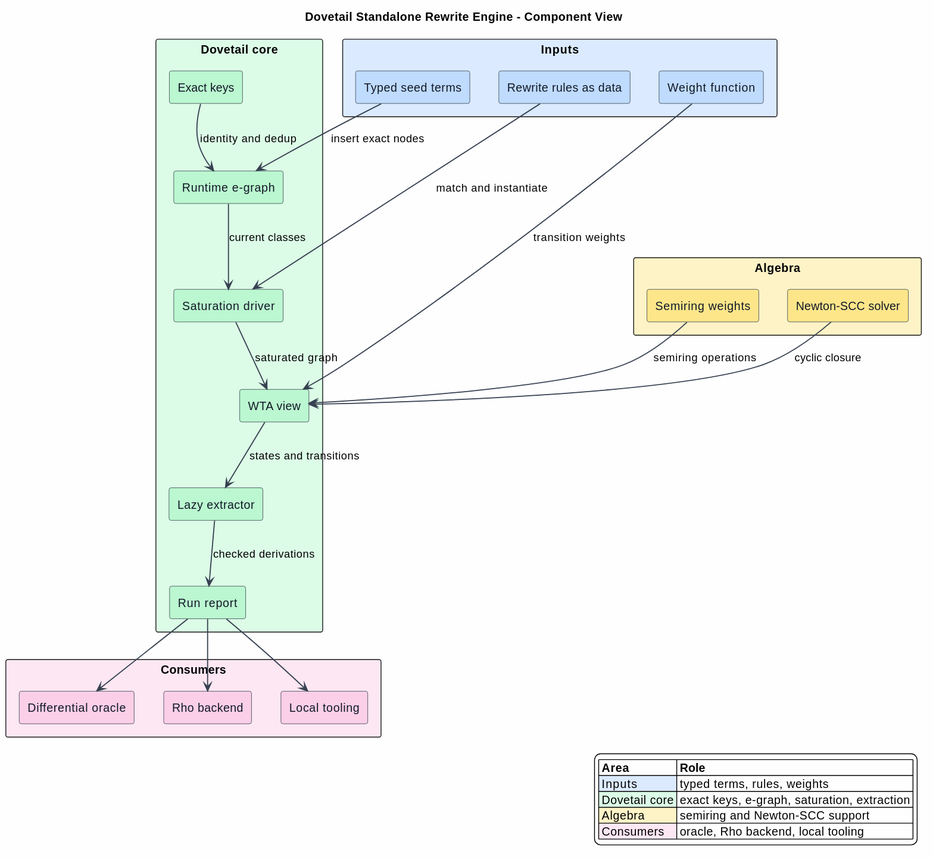
Before: docs/architecture/dovetail/figures/README.svg, a diagram exported from PlantUML (F1R3FLY-io/mettail-rust).
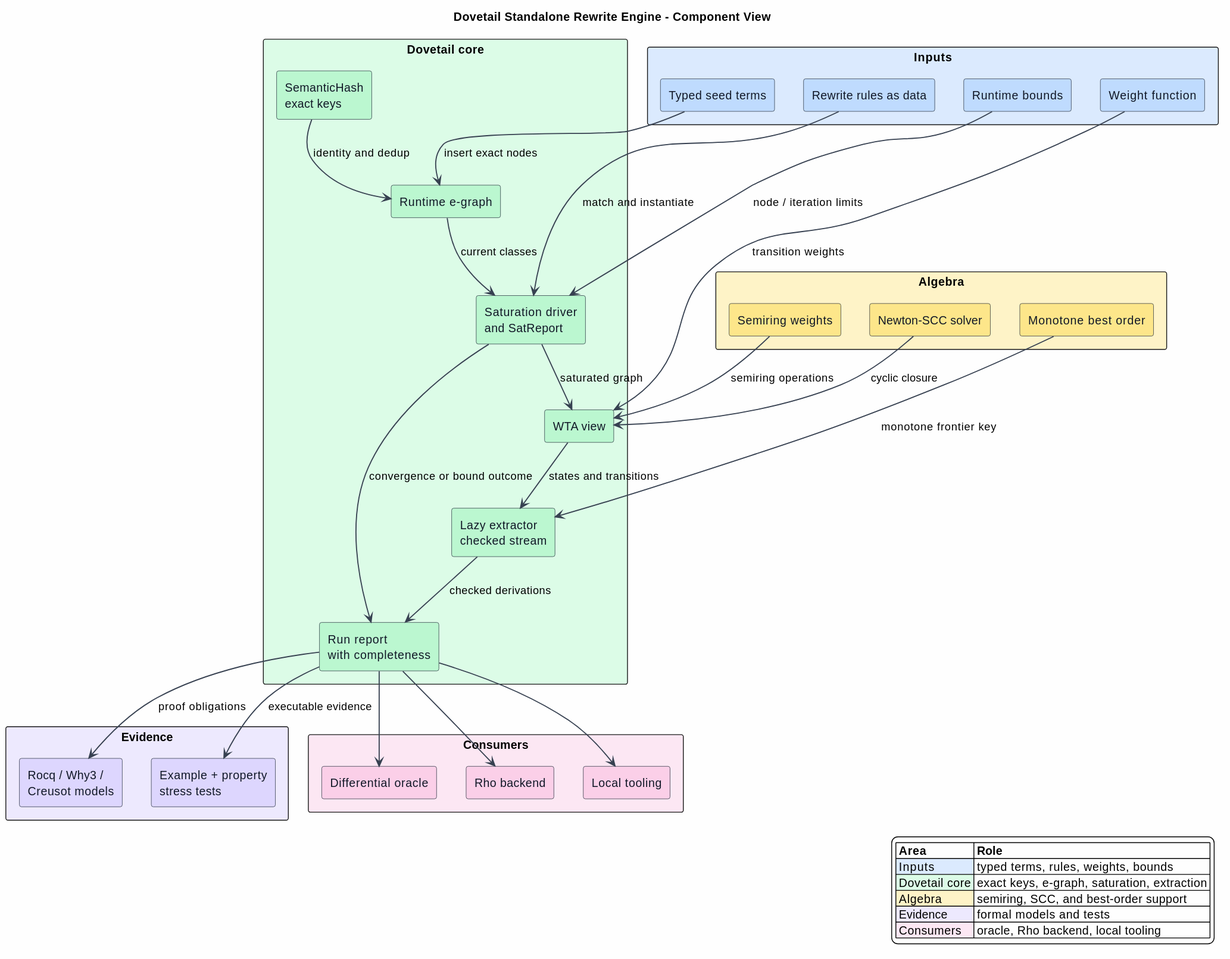
After the change.

The edit, as a diff of the source:
```diff
@@ -15,20 +15,27 @@
   component "Typed seed terms" as Seeds #BFDBFE
   component "Rewrite rules as data" as RuleData #BFDBFE
   component "Weight function" as Weigh #BFDBFE
+  component "Runtime bounds" as Bounds #BFDBFE
 }
 
 rectangle "Dovetail core" as Core #DCFCE7 {
-  component "Exact keys" as Keys #BBF7D0
+  component "SemanticHash\nexact keys" as Keys #BBF7D0
   component "Runtime e-graph" as EGraph #BBF7D0
-  component "Saturation driver" as Saturation #BBF7D0
+  component "Saturation driver\nand SatReport" as Saturation #BBF7D0
   component "WTA view" as Wta #BBF7D0
-  component "Lazy extractor" as Extractor #BBF7D0
-  component "Run report" as Report #BBF7D0
+  component "Lazy extractor\nchecked stream" as Extractor #BBF7D0
+  component "Run report\nwith completeness" as Report #BBF7D0
 }
 
 rectangle "Algebra" as Algebra #FEF3C7 {
   component "Semiring weights" as Weights #FDE68A
   component "Newton-SCC solver" as Newton #FDE68A
+  component "Monotone best order" as Order #FDE68A
+}
+
+rectangle "Evidence" as Evidence #EDE9FE {
+  component "Rocq / Why3 /\nCreusot models" as Formal #DDD6FE
+  component "Example + property\nstress tests" as Tests #DDD6FE
 }
 
 rectangle "Consumers" as Consumers #FCE7F3 {
@@ -41,21 +48,27 @@
 RuleData --> Saturation : match and instantiate
 Keys --> EGraph : identity and dedup
 EGraph --> Saturation : current classes
+Bounds --> Saturation : node / iteration limits
 Saturation --> Wta : saturated graph
 Weigh --> Wta : transition weights
 Weights --> Wta : semiring operations
 Newton --> Wta : cyclic closure
 Wta --> Extractor : states and transitions
+Order --> Extractor : monotone frontier key
 Extractor --> Report : checked derivations
+Saturation --> Report : convergence or bound outcome
+Report --> Formal : proof obligations
+Report --> Tests : executable evidence
 Report --> Oracle
 Report --> Rho
 Report --> Tooling
 
 legend right
 |= Area |= Role |
-|<#DBEAFE> Inputs | typed terms, rules, weights |
+|<#DBEAFE> Inputs | typed terms, rules, weights, bounds |
 |<#DCFCE7> Dovetail core | exact keys, e-graph, saturation, extraction |
-|<#FEF3C7> Algebra | semiring and Newton-SCC support |
+|<#FEF3C7> Algebra | semiring, SCC, and best-order support |
+|<#EDE9FE> Evidence | formal models and tests |
 |<#FCE7F3> Consumers | oracle, Rho backend, local tooling |
 endlegend
 @enduml
```
